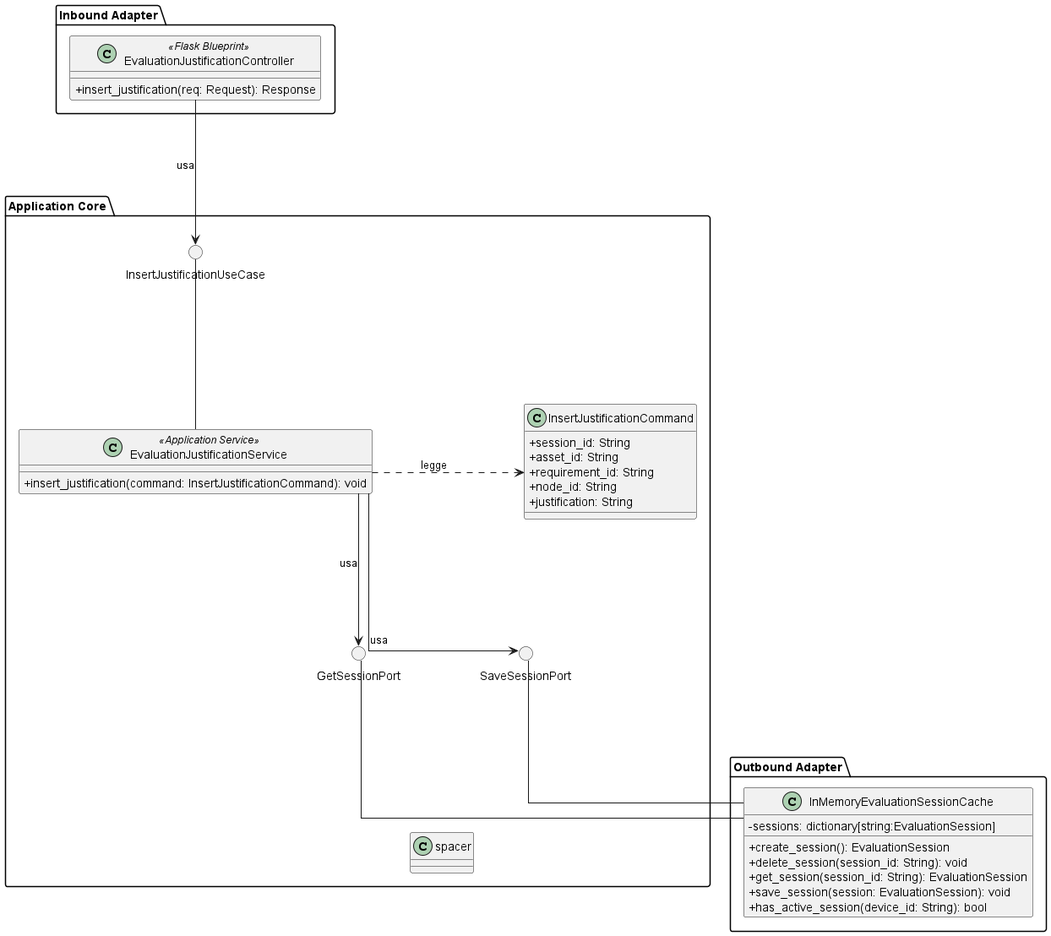
Before: src/PB/DocumentazioneEsterna/Specifica_Tecnica/content/05-diagrammi-classi/uml/png/Valutazione/InsertJustification.png, a diagram exported from PlantUML (GroupRubberDuck/Documentazione). Source of this version:
```plantuml
@startuml InsertJustification

skinparam linetype ortho
skinparam nodesep 180
skinparam ranksep 150
skinparam classAttributeIconSize 0
skinparam PackagePadding 30

package "Inbound Adapter" {
    class EvaluationJustificationController <<Flask Blueprint>> {
        +insert_justification(req: Request): Response
    }
}

package "Application Core" {

    () "InsertJustificationUseCase"

    class EvaluationJustificationService <<Application Service>> {
        +insert_justification(command: InsertJustificationCommand): void
    }

    class InsertJustificationCommand {
        +session_id: String
        +asset_id: String
        +requirement_id: String
        +node_id: String
        +justification: String
    }

    () "GetSessionPort"
    () "SaveSessionPort"

    EvaluationJustificationService -[hidden]right-------- InsertJustificationCommand
    GetSessionPort -[hidden]right-------- SaveSessionPort

    EvaluationJustificationService -up- InsertJustificationUseCase
    EvaluationJustificationService .right.> InsertJustificationCommand : legge

    EvaluationJustificationService -down-> GetSessionPort : usa
    EvaluationJustificationService -down-> SaveSessionPort : usa

    hide spacer
    GetSessionPort -[hidden]down- spacer
    SaveSessionPort -[hidden]down- spacer
}

package "Outbound Adapter" {
    class InMemoryEvaluationSessionCache {
        -sessions: dictionary[string:EvaluationSession]
        +create_session(): EvaluationSession
        +delete_session(session_id: String): void
        +get_session(session_id: String): EvaluationSession
        +save_session(session: EvaluationSession): void
        +has_active_session(device_id: String): bool
    }
}

EvaluationJustificationController -down-> InsertJustificationUseCase : usa

InMemoryEvaluationSessionCache -up- GetSessionPort
InMemoryEvaluationSessionCache -up- SaveSessionPort

@enduml
```
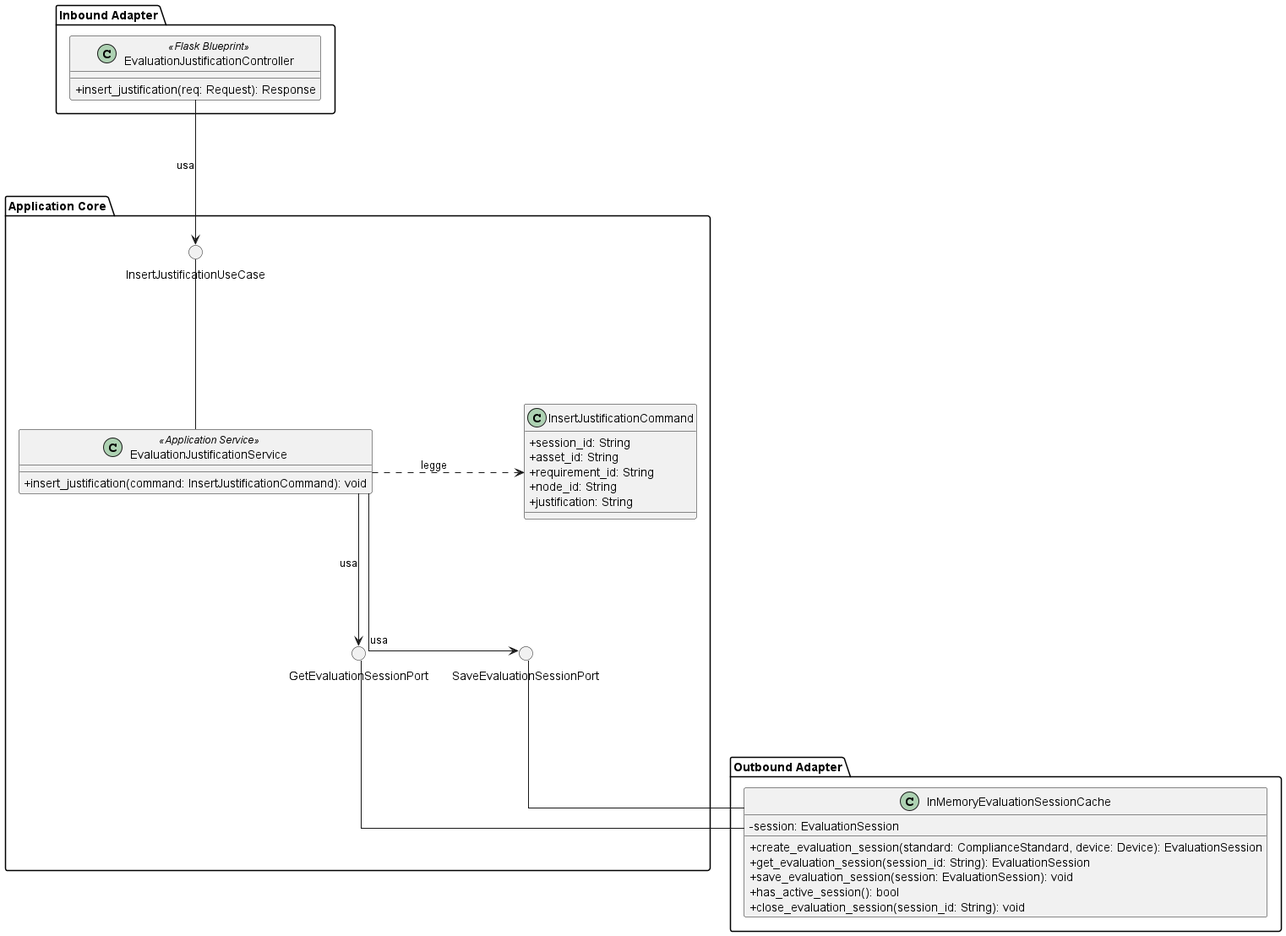
The same file after the commit.

Change to the diagram source:
```diff
@@ -28,37 +28,38 @@
         +justification: String
     }
 
-    () "GetSessionPort"
-    () "SaveSessionPort"
+    () "GetEvaluationSessionPort"
+    () "SaveEvaluationSessionPort"
 
     EvaluationJustificationService -[hidden]right-------- InsertJustificationCommand
-    GetSessionPort -[hidden]right-------- SaveSessionPort
+    GetEvaluationSessionPort -[hidden]right-------- SaveEvaluationSessionPort
 
     EvaluationJustificationService -up- InsertJustificationUseCase
     EvaluationJustificationService .right.> InsertJustificationCommand : legge
 
-    EvaluationJustificationService -down-> GetSessionPort : usa
-    EvaluationJustificationService -down-> SaveSessionPort : usa
+    EvaluationJustificationService -down-> GetEvaluationSessionPort : usa
+    EvaluationJustificationService -down-> SaveEvaluationSessionPort : usa
 
-    hide spacer
-    GetSessionPort -[hidden]down- spacer
-    SaveSessionPort -[hidden]down- spacer
+    note as spacer
+    end note
+    skinparam note {
+    backgroundColor transparent
+    borderColor transparent
+    fontColor transparent
+    }
+    GetEvaluationSessionPort -[hidden]down- spacer
+    SaveEvaluationSessionPort -[hidden]down- spacer
+
+
 }
 
 package "Outbound Adapter" {
-    class InMemoryEvaluationSessionCache {
-        -sessions: dictionary[string:EvaluationSession]
-        +create_session(): EvaluationSession
-        +delete_session(session_id: String): void
-        +get_session(session_id: String): EvaluationSession
-        +save_session(session: EvaluationSession): void
-        +has_active_session(device_id: String): bool
-    }
+    !include OutboundAdapters/InMemoryEvaluationSessionCache.puml
 }
 
 EvaluationJustificationController -down-> InsertJustificationUseCase : usa
 
-InMemoryEvaluationSessionCache -up- GetSessionPort
-InMemoryEvaluationSessionCache -up- SaveSessionPort
+InMemoryEvaluationSessionCache -up- GetEvaluationSessionPort
+InMemoryEvaluationSessionCache -up- SaveEvaluationSessionPort
 
 @enduml
```
